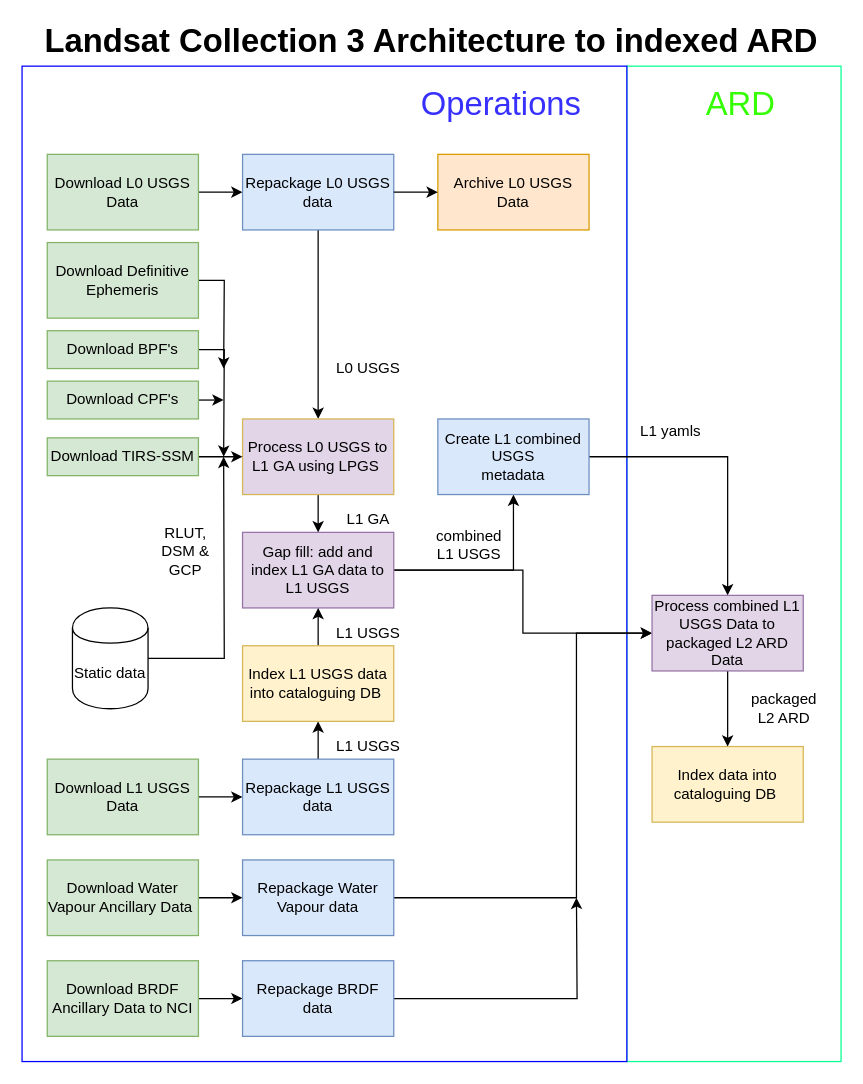
The draw.io diagram collection3/c3dataflow.drawio in dunkgray/dea-document-images, before the edit. Source tidied: cells renumbered, new cells numbered last; positions are measured from the earlier drawing's top-left corner, leaving out a move shared by most shapes. Both pictures are drawn from the tidied source at 126%, with x=0, y=0 at pixel (21, 28).
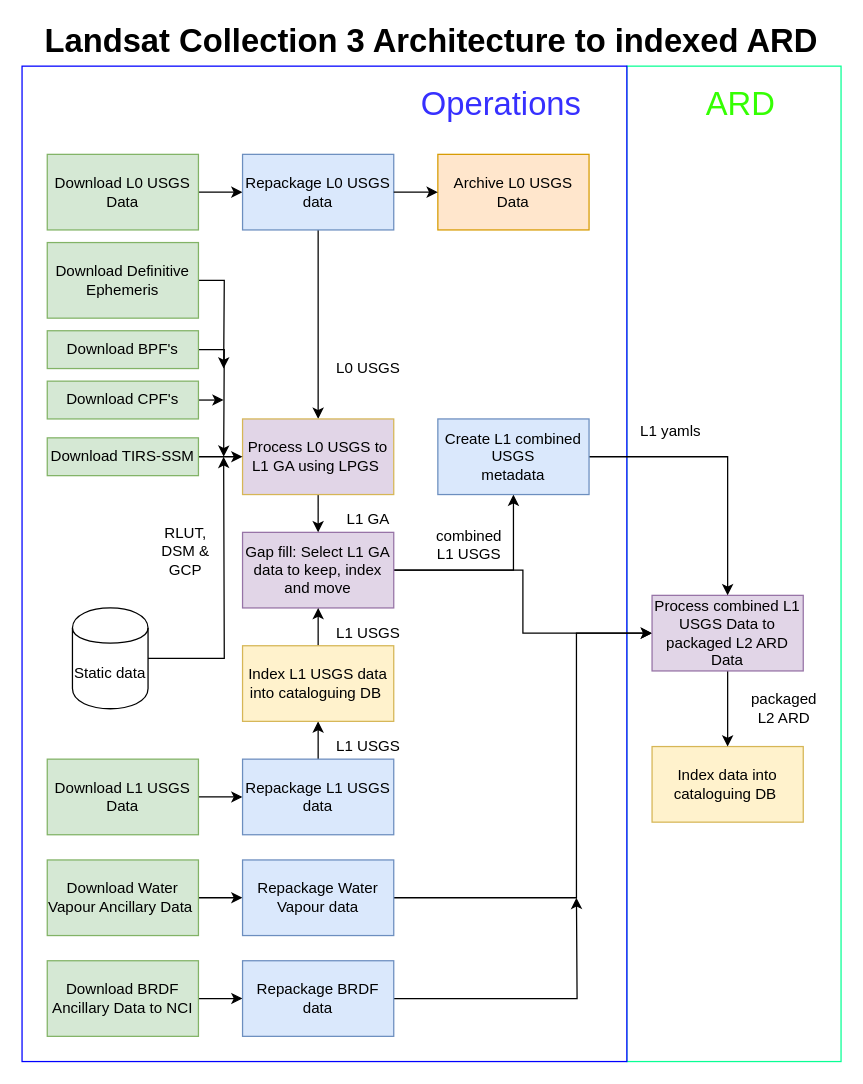
After the change.

Commit message (it also covers changes not shown here):
modifying process name

Diff of the diagram source:
```diff
@@
-    <mxCell id="16" value="&lt;span id=&quot;docs-internal-guid-347685b5-7fff-a14c-e350-477d4d46355e&quot;&gt;&lt;span style=&quot;background-color: transparent ; vertical-align: baseline&quot;&gt;&lt;font style=&quot;font-size: 12px&quot;&gt;Gap fill: add and index L1 GA data to L1 USGS&lt;/font&gt;&lt;/span&gt;&lt;/span&gt;" style="rounded=0;whiteSpace=wrap;html=1;fillColor=#e1d5e7;strokeColor=#9673a6;" parent="1" vertex="1">
+    <mxCell id="16" value="&lt;div&gt;Gap fill:&amp;nbsp;&lt;span&gt;Select L1 GA data to keep, index and move&lt;/span&gt;&lt;/div&gt;" style="rounded=0;whiteSpace=wrap;html=1;fillColor=#e1d5e7;strokeColor=#9673a6;" parent="1" vertex="1">
       <mxGeometry x="175" y="400" width="120" height="60" as="geometry" />
     </mxCell>
```
